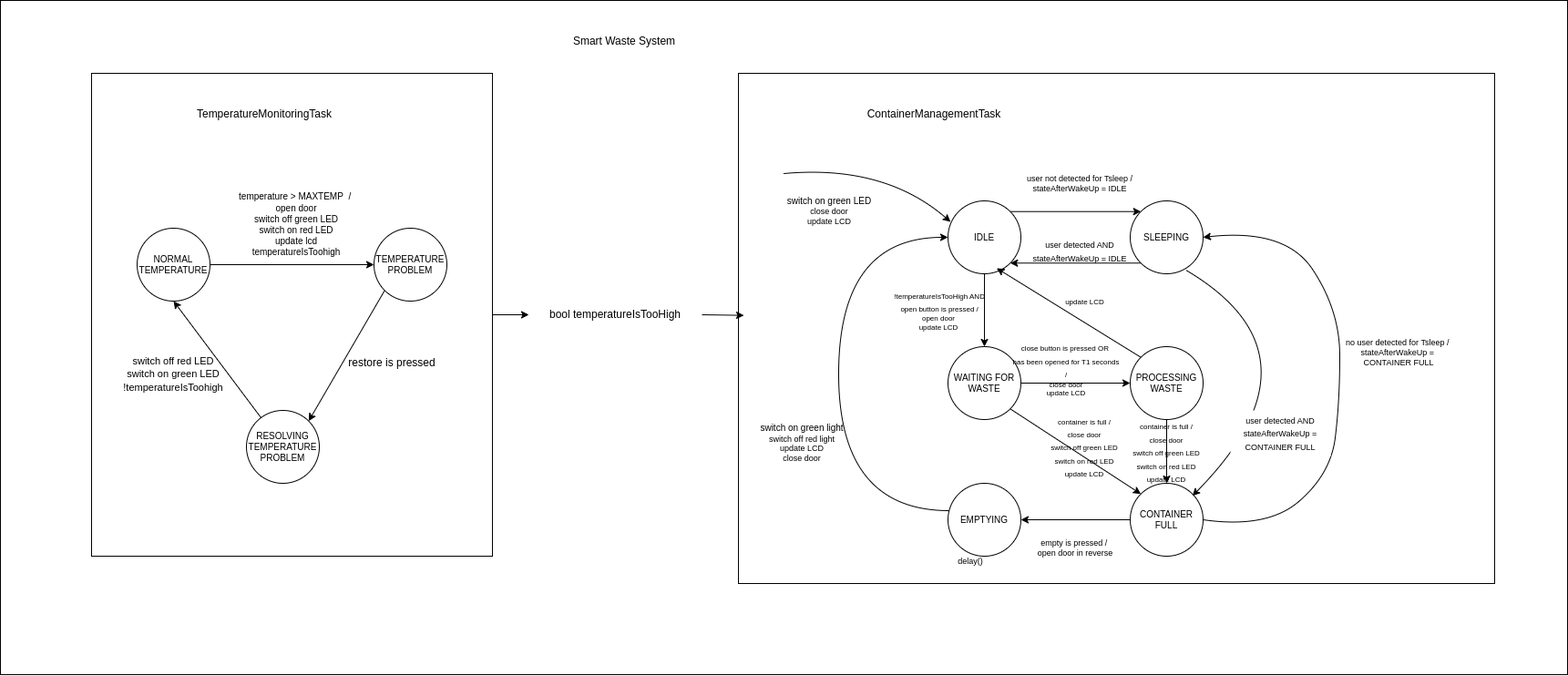
The draw.io diagram FSM/FSM.png in dieonysus/ESIOT_Assignment_Two, before a commit. Source tidied: cells renumbered, new cells last; positions are measured from the earlier drawing's top-left corner, leaving out a move shared by most shapes.
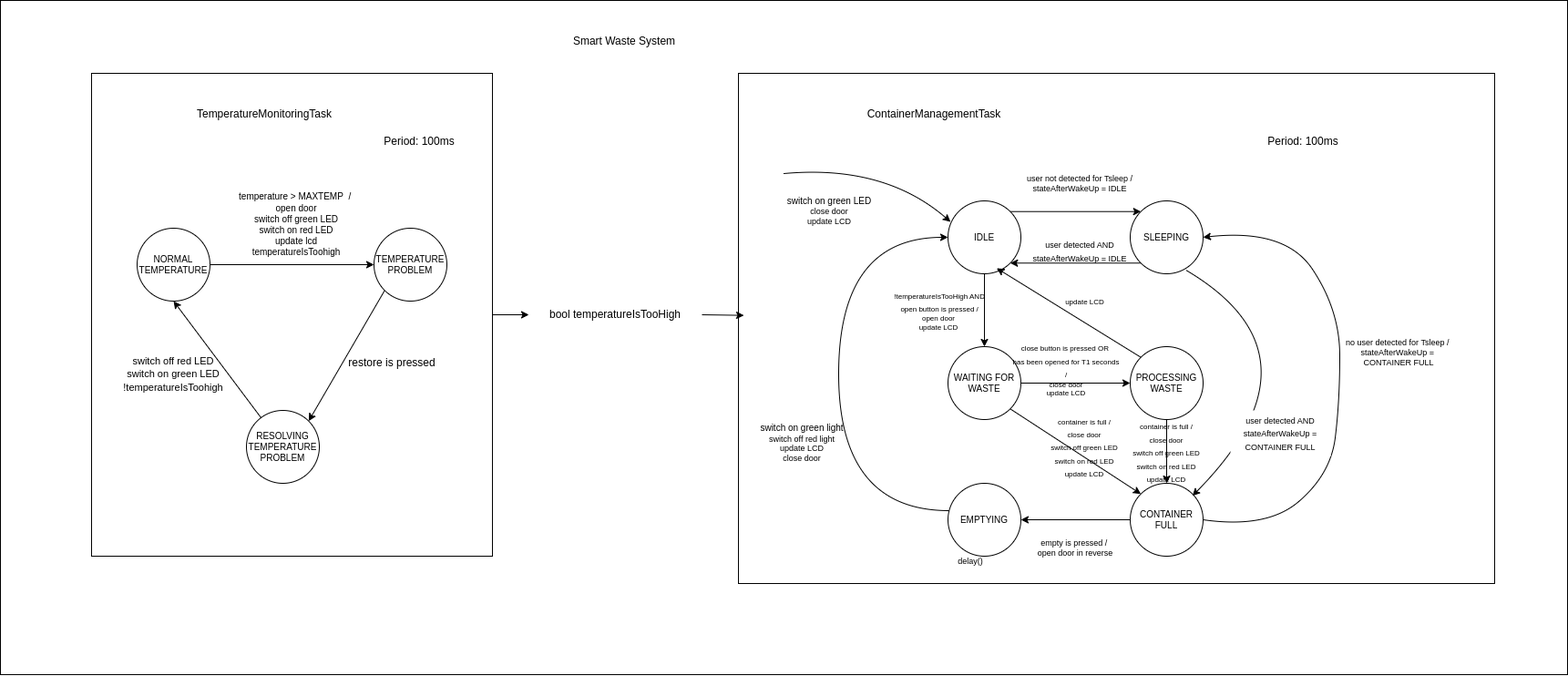
The same file after the commit.

Change to the diagram source:
```diff
@@ -177,5 +177,11 @@
     <mxCell id="50" style="rounded=0;whiteSpace=wrap;html=1;fillColor=none;" parent="1" vertex="1">
       <mxGeometry width="1720" height="740" as="geometry" />
     </mxCell>
+    <mxCell id="51" value="Period: 100ms" style="text;html=1;align=center;verticalAlign=middle;whiteSpace=wrap;rounded=0;" parent="1" vertex="1">
+      <mxGeometry x="410" y="140" width="100" height="30" as="geometry" />
+    </mxCell>
+    <mxCell id="52" value="Period: 100ms" style="text;html=1;align=center;verticalAlign=middle;whiteSpace=wrap;rounded=0;" parent="1" vertex="1">
+      <mxGeometry x="1380" y="140" width="100" height="30" as="geometry" />
+    </mxCell>
   </root>
 </mxGraphModel>
```
